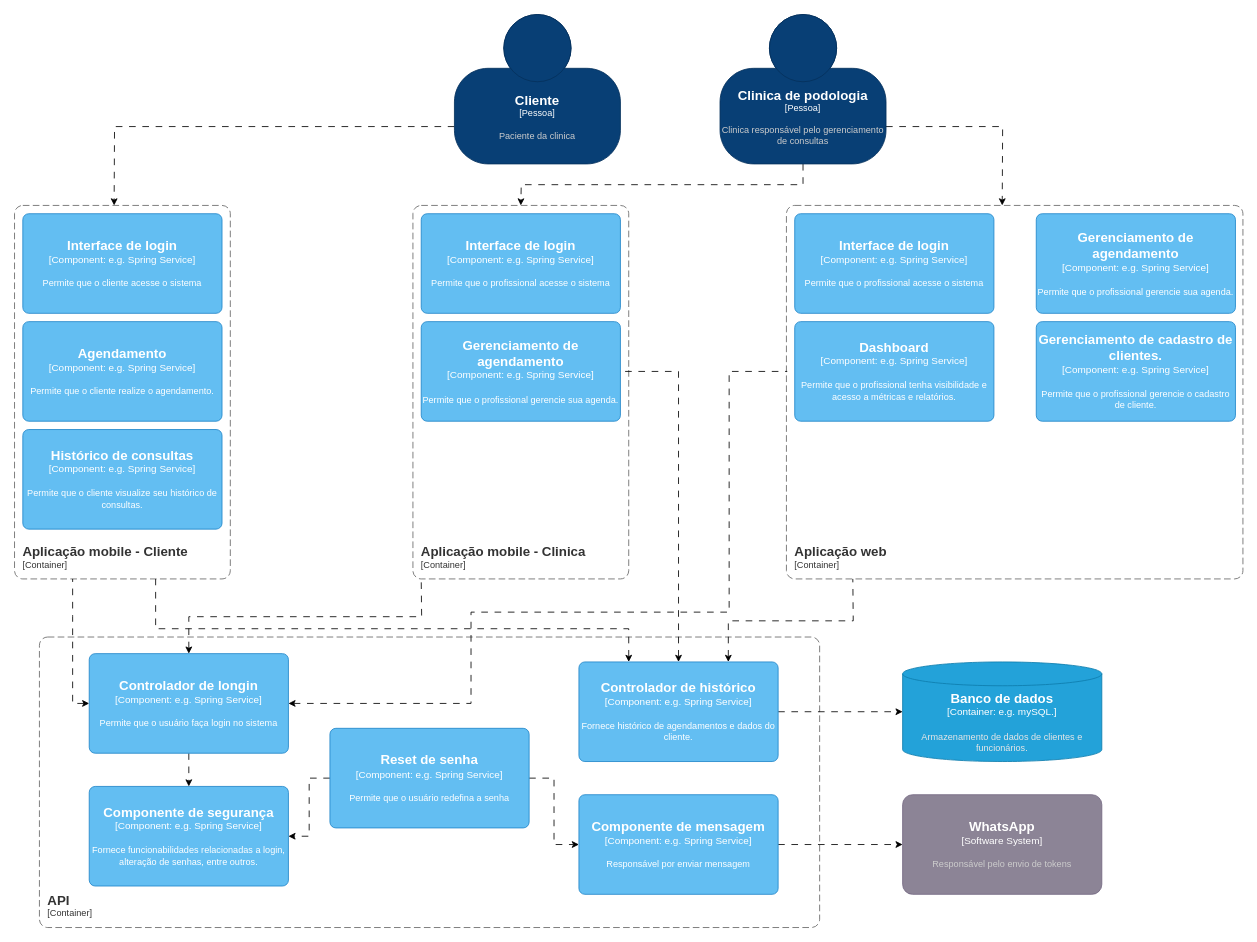
JayanaCecilia/ArqAvanc keeps this draw.io diagram as Diagrama sem nome.drawio. Above is the earlier version. Source tidied: cells renumbered, new cells numbered last; positions are measured from the earlier drawing's top-left corner, leaving out a move shared by most shapes. Both pictures are drawn from the tidied source at 83%, with x=0, y=0 at pixel (14, 14).
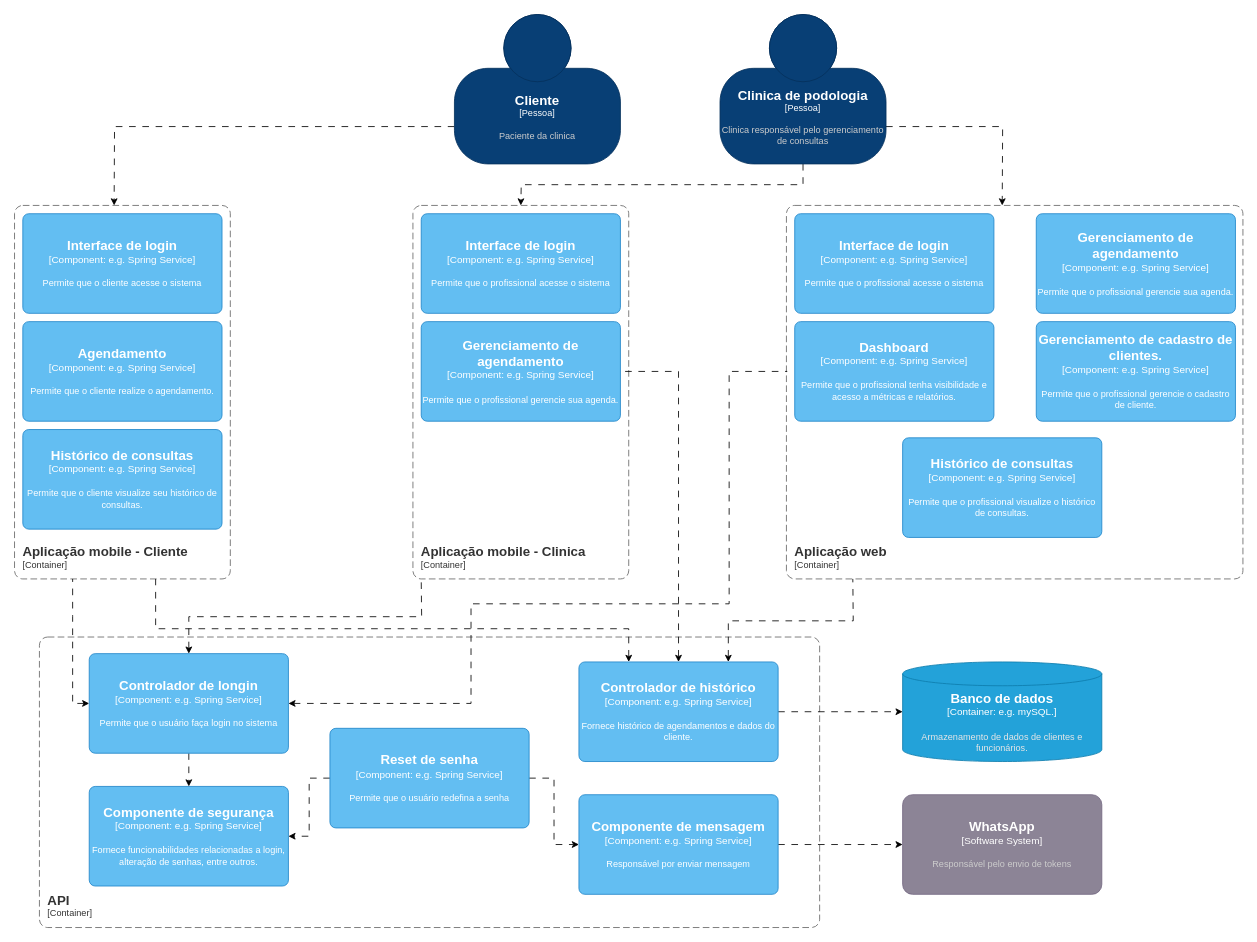
Above is the later version.

Commit message:
Aula3-Componentes

The change refers to these unchanged cells:
```xml
<object id="23" label="&lt;font style=&quot;font-size: 16px&quot;&gt;&lt;b&gt;%c4Name%&lt;/b&gt;&lt;/font&gt;&lt;div&gt;[%c4Type%: %c4Technology%]&lt;/div&gt;&lt;br&gt;&lt;div&gt;&lt;font style=&quot;font-size: 11px&quot;&gt;%c4Description%&lt;/font&gt;&lt;/div&gt;" c4Description="Permite que o usuário faça login no sistema&#10;" c4Name="Controlador de longin" c4Technology="e.g. Spring Service" c4Type="Component" placeholders="1">
  <mxCell style="rounded=1;whiteSpace=wrap;html=1;labelBackgroundColor=none;fillColor=#63BEF2;fontColor=#ffffff;align=center;arcSize=6;strokeColor=#2086C9;points=[[0.25,0,0],[0.5,0,0],[0.75,0,0],[1,0.25,0],[1,0.5,0],[1,0.75,0],[0.75,1,0],[0.5,1,0],[0.25,1,0],[0,0.75,0],[0,0.5,0],[0,0.25,0]];" parent="1" vertex="1">
    <mxGeometry x="90" y="770" width="240" height="120" as="geometry" />
  </mxCell>
</object>
```

What changed in the source:
```diff
@@
     <mxCell id="22" style="edgeStyle=orthogonalEdgeStyle;rounded=0;jettySize=auto;html=1;exitX=1;exitY=0.5;exitDx=0;exitDy=0;exitPerimeter=0;entryX=0;entryY=0.5;entryDx=0;entryDy=0;entryPerimeter=0;dashed=1;dashPattern=8 8;startArrow=classic;startFill=1;endArrow=none;endFill=0;" parent="1" edge="1" source="23">
       <mxGeometry relative="1" as="geometry">
         <mxPoint x="931" y="430" as="targetPoint" />
         <Array as="points">
           <mxPoint x="550" y="830" />
-          <mxPoint x="550" y="720" />
-          <mxPoint x="861" y="720" />
+          <mxPoint x="550" y="710" />
+          <mxPoint x="861" y="710" />
           <mxPoint x="861" y="430" />
         </Array>
       </mxGeometry>
     </mxCell>
@@
+    <object id="38" label="&lt;font style=&quot;font-size: 16px&quot;&gt;&lt;b&gt;%c4Name%&lt;/b&gt;&lt;/font&gt;&lt;div&gt;[%c4Type%: %c4Technology%]&lt;/div&gt;&lt;br&gt;&lt;div&gt;&lt;font style=&quot;font-size: 11px&quot;&gt;%c4Description%&lt;/font&gt;&lt;/div&gt;" c4Description="Permite que o profissional visualize o histórico de consultas." c4Name="Histórico de consultas" c4Technology="e.g. Spring Service" c4Type="Component" placeholders="1">
+      <mxCell style="rounded=1;whiteSpace=wrap;html=1;labelBackgroundColor=none;fillColor=#63BEF2;fontColor=#ffffff;align=center;arcSize=6;strokeColor=#2086C9;" parent="1" vertex="1">
+        <mxGeometry x="1070" y="510" width="240" height="120" as="geometry" />
+      </mxCell>
+    </object>
```
